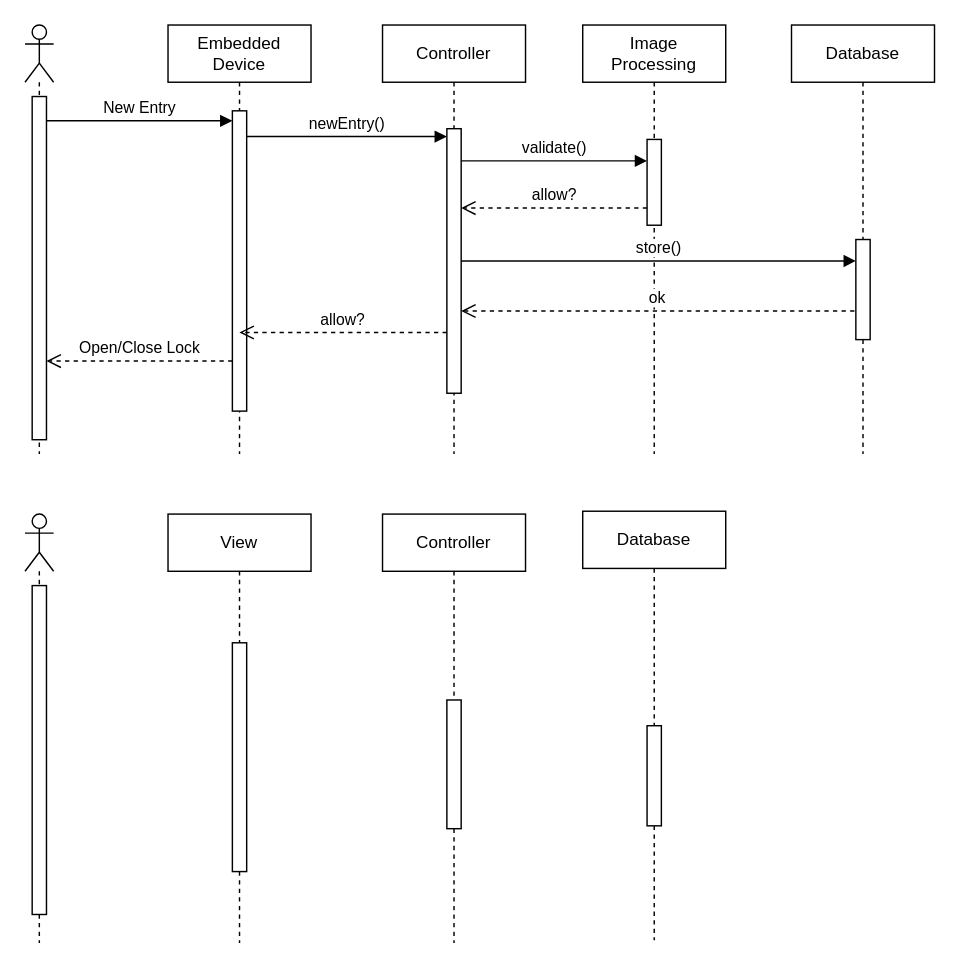
The draw.io diagram EntrySequenceDiagram.drawio in DuckTheMug/image-server-for-iot-entry, before the edit. Source tidied: cells renumbered, new cells numbered last; positions are measured from the earlier drawing's top-left corner, leaving out a move shared by most shapes. Both pictures are drawn from the tidied source at 143%, with x=0, y=0 at pixel (24, 24).
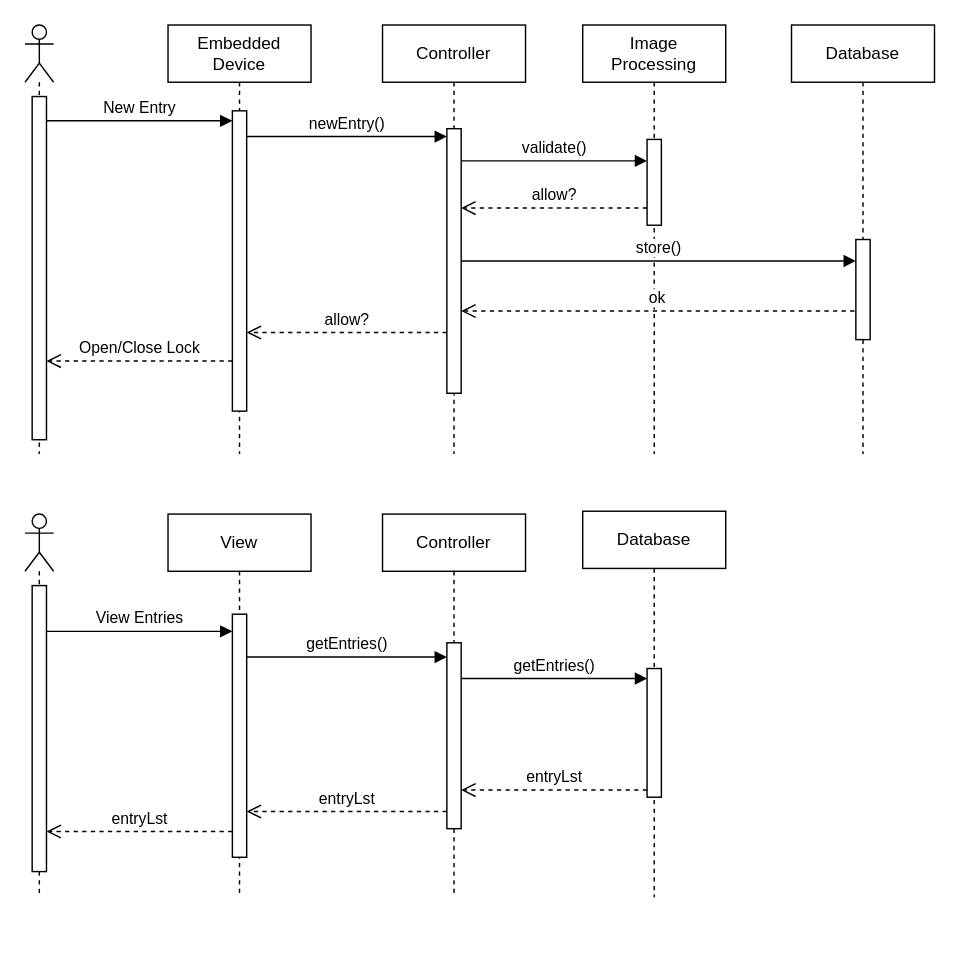
Above is the later version.

Unchanged cells that the change refers to:
```xml
<mxCell id="3" style="html=1;points=[[0,0,0,0,5],[0,1,0,0,-5],[1,0,0,0,5],[1,1,0,0,-5]];perimeter=orthogonalPerimeter;outlineConnect=0;targetShapes=umlLifeline;portConstraint=eastwest;newEdgeStyle={&quot;curved&quot;:0,&quot;rounded&quot;:0};" parent="2" vertex="1">
  <mxGeometry x="45" y="60" width="10" height="210" as="geometry" />
</mxCell>
```

Diff of the diagram source:
```diff
@@
-    <mxCell id="18" value="allow?" style="html=1;verticalAlign=bottom;endArrow=open;dashed=1;endSize=8;curved=0;rounded=0;" parent="1" edge="1">
+    <mxCell id="18" value="allow?" style="html=1;verticalAlign=bottom;endArrow=open;dashed=1;endSize=8;curved=0;rounded=0;" parent="1" edge="1" target="3">
       <mxGeometry relative="1" as="geometry">
         <mxPoint x="295" y="215" as="sourcePoint" />
-        <mxPoint x="149.9" y="215" as="targetPoint" />
       </mxGeometry>
     </mxCell>
@@
     <mxCell id="20" style="shape=umlLifeline;perimeter=lifelinePerimeter;whiteSpace=wrap;html=1;newEdgeStyle={&quot;curved&quot;:0,&quot;rounded&quot;:0};participant=umlActor;" parent="1" vertex="1">
-      <mxGeometry y="342" width="20" height="300" as="geometry" />
+      <mxGeometry y="342" width="20" height="268" as="geometry" />
     </mxCell>
     <mxCell id="21" style="html=1;perimeter=orthogonalPerimeter;targetShapes=umlLifeline;newEdgeStyle={&quot;curved&quot;:0,&quot;rounded&quot;:0};" parent="20" vertex="1">
-      <mxGeometry x="5" y="50" width="10" height="230" as="geometry" />
+      <mxGeometry x="5" y="50" width="10" height="200" as="geometry" />
     </mxCell>
     <mxCell id="22" value="View" style="shape=umlLifeline;perimeter=lifelinePerimeter;whiteSpace=wrap;html=1;newEdgeStyle={&quot;curved&quot;:0,&quot;rounded&quot;:0};" parent="1" vertex="1">
-      <mxGeometry x="100" y="342" width="100" height="300" as="geometry" />
+      <mxGeometry x="100" y="342" width="100" height="268" as="geometry" />
     </mxCell>
     <mxCell id="23" style="html=1;perimeter=orthogonalPerimeter;targetShapes=umlLifeline;newEdgeStyle={&quot;curved&quot;:0,&quot;rounded&quot;:0};" parent="22" vertex="1">
-      <mxGeometry x="45" y="90" width="10" height="160" as="geometry" />
+      <mxGeometry x="45" y="70" width="10" height="170" as="geometry" />
     </mxCell>
     <mxCell id="24" value="Controller" style="shape=umlLifeline;perimeter=lifelinePerimeter;whiteSpace=wrap;html=1;newEdgeStyle={&quot;curved&quot;:0,&quot;rounded&quot;:0};" parent="1" vertex="1">
-      <mxGeometry x="250" y="342" width="100" height="300" as="geometry" />
+      <mxGeometry x="250" y="342" width="100" height="268" as="geometry" />
     </mxCell>
     <mxCell id="25" style="html=1;perimeter=orthogonalPerimeter;targetShapes=umlLifeline;newEdgeStyle={&quot;curved&quot;:0,&quot;rounded&quot;:0};" parent="24" vertex="1">
-      <mxGeometry x="45" y="130" width="10" height="90" as="geometry" />
+      <mxGeometry x="45" y="90" width="10" height="130" as="geometry" />
     </mxCell>
     <mxCell id="26" value="Database" style="shape=umlLifeline;perimeter=lifelinePerimeter;whiteSpace=wrap;html=1;newEdgeStyle={&quot;curved&quot;:0,&quot;rounded&quot;:0};" parent="1" vertex="1">
-      <mxGeometry x="390" y="340" width="100" height="300" as="geometry" />
+      <mxGeometry x="390" y="340" width="100" height="270" as="geometry" />
     </mxCell>
     <mxCell id="27" style="html=1;perimeter=orthogonalPerimeter;targetShapes=umlLifeline;newEdgeStyle={&quot;curved&quot;:0,&quot;rounded&quot;:0};" parent="26" vertex="1">
-      <mxGeometry x="45" y="150" width="10" height="70" as="geometry" />
+      <mxGeometry x="45" y="110" width="10" height="90" as="geometry" />
     </mxCell>
+    <mxCell id="28" value="View Entries" style="html=1;verticalAlign=bottom;endArrow=block;curved=0;rounded=0;" parent="1" edge="1">
+      <mxGeometry relative="1" as="geometry">
+        <mxPoint x="15" y="424" as="sourcePoint" />
+        <mxPoint x="145" y="424" as="targetPoint" />
+      </mxGeometry>
+    </mxCell>
+    <mxCell id="29" value="getEntries()" style="html=1;verticalAlign=bottom;endArrow=block;curved=0;rounded=0;" parent="1" edge="1">
+      <mxGeometry relative="1" as="geometry">
+        <mxPoint x="155" y="442" as="sourcePoint" />
+        <mxPoint x="295" y="442" as="targetPoint" />
+      </mxGeometry>
+    </mxCell>
+    <mxCell id="30" value="getEntries()" style="html=1;verticalAlign=bottom;endArrow=block;curved=0;rounded=0;" parent="1" edge="1">
+      <mxGeometry relative="1" as="geometry">
+        <mxPoint x="305" y="457" as="sourcePoint" />
+        <mxPoint x="435" y="457" as="targetPoint" />
+      </mxGeometry>
+    </mxCell>
+    <mxCell id="31" value="entryLst" style="html=1;verticalAlign=bottom;endArrow=open;dashed=1;endSize=8;curved=0;rounded=0;" parent="1" edge="1">
+      <mxGeometry relative="1" as="geometry">
+        <mxPoint x="435" y="535" as="sourcePoint" />
+        <mxPoint x="305" y="535" as="targetPoint" />
+      </mxGeometry>
+    </mxCell>
+    <mxCell id="32" value="entryLst" style="html=1;verticalAlign=bottom;endArrow=open;dashed=1;endSize=8;curved=0;rounded=0;" parent="1" edge="1">
+      <mxGeometry relative="1" as="geometry">
+        <mxPoint x="145" y="564" as="sourcePoint" />
+        <mxPoint x="15" y="564" as="targetPoint" />
+      </mxGeometry>
+    </mxCell>
+    <mxCell id="33" value="entryLst" style="html=1;verticalAlign=bottom;endArrow=open;dashed=1;endSize=8;curved=0;rounded=0;" parent="1" edge="1">
+      <mxGeometry relative="1" as="geometry">
+        <mxPoint x="295" y="550" as="sourcePoint" />
+        <mxPoint x="155" y="550" as="targetPoint" />
+      </mxGeometry>
+    </mxCell>
```
